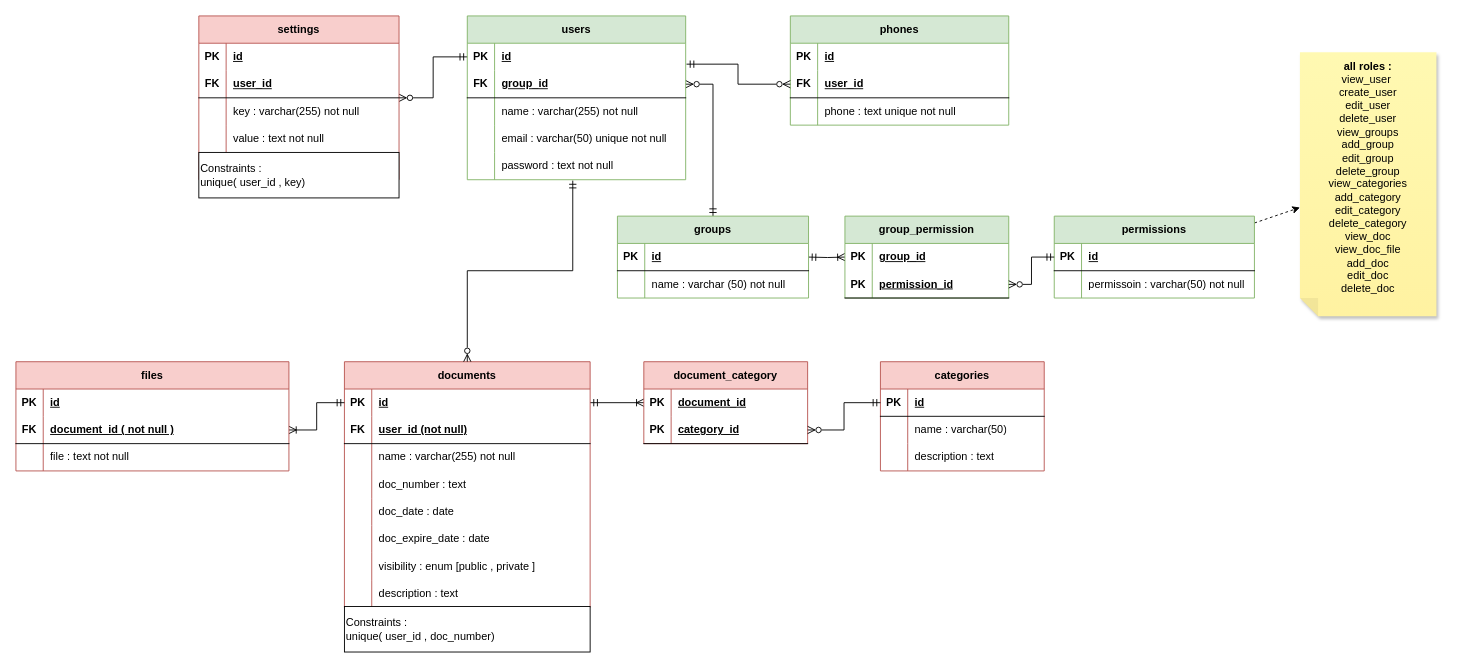
Earlier version of the draw.io diagram page "db_schema" (1 of 4) of planning/diagram.drawio (khaledfathi/documents-vault). Source tidied: cells renumbered, new cells numbered last; positions are measured from the earlier drawing's top-left corner, leaving out a move shared by most shapes. Both pictures are drawn from the tidied source at 91%, with x=0, y=0 at pixel (15, 15).
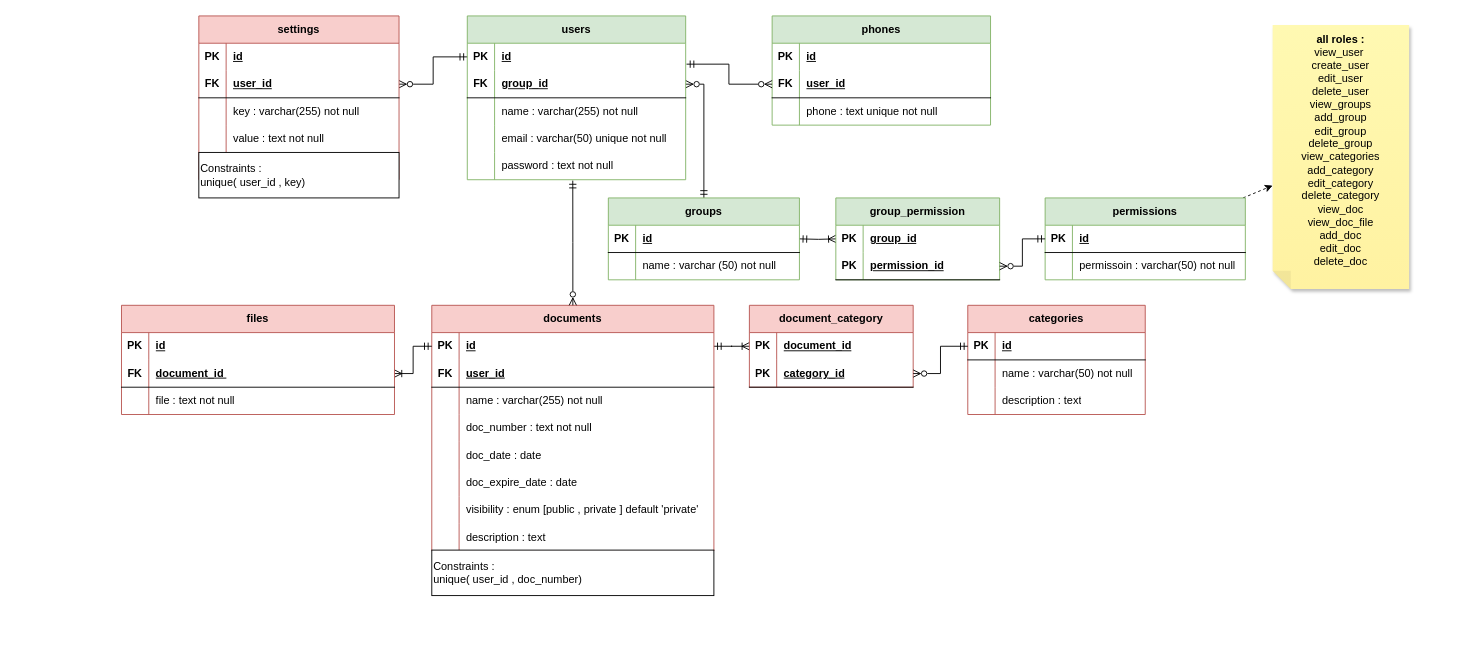
Above is the later version.

Unchanged cells that the change refers to:
```xml
<mxCell id="3" value="settings" style="shape=table;startSize=30;childLayout=tableLayout;rowLines=0;fontStyle=1;align=center;html=1;whiteSpace=wrap;fillColor=#f8cecc;strokeColor=#b85450;" parent="1" vertex="1">
  <mxGeometry x="201" width="220" height="180" as="geometry" />
</mxCell>
<mxCell id="7" style="shape=tableRow;horizontal=0;startSize=0;swimlaneHead=0;swimlaneBody=0;fillColor=none;points=[[0,0.5],[1,0.5]];portConstraint=eastwest;top=0;left=0;right=0;bottom=1;html=1;" parent="3" vertex="1">
  <mxGeometry y="60" width="220" height="30" as="geometry" />
</mxCell>
<mxCell id="63" style="shape=tableRow;horizontal=0;startSize=0;swimlaneHead=0;swimlaneBody=0;fillColor=none;points=[[0,0.5],[1,0.5]];portConstraint=eastwest;top=0;left=0;right=0;bottom=0;html=1;" parent="62" vertex="1">
  <mxGeometry y="30" width="240" height="30" as="geometry" />
</mxCell>
<mxCell id="104" style="shape=tableRow;horizontal=0;startSize=0;swimlaneHead=0;swimlaneBody=0;fillColor=none;points=[[0,0.5],[1,0.5]];portConstraint=eastwest;top=0;left=0;right=0;bottom=1;html=1;" parent="100" vertex="1">
  <mxGeometry y="60" width="300" height="30" as="geometry" />
</mxCell>
<mxCell id="111" style="shape=tableRow;horizontal=0;startSize=0;swimlaneHead=0;swimlaneBody=0;fillColor=none;points=[[0,0.5],[1,0.5]];portConstraint=eastwest;top=0;left=0;right=0;bottom=0;html=1;" parent="110" vertex="1">
  <mxGeometry y="30" width="180" height="30" as="geometry" />
</mxCell>
```

The edit, as a diff of the source:
```diff
@@
-    <mxCell id="2" style="edgeStyle=orthogonalEdgeStyle;rounded=0;jettySize=auto;html=1;endArrow=ERmandOne;endFill=0;startArrow=ERzeroToMany;startFill=0;entryX=0;entryY=0.5;entryDx=0;entryDy=0;" parent="1" edge="1" source="3" target="63">
+    <mxCell id="2" style="edgeStyle=orthogonalEdgeStyle;rounded=0;jettySize=auto;html=1;endArrow=ERmandOne;endFill=0;startArrow=ERzeroToMany;startFill=0;entryX=0;entryY=0.5;entryDx=0;entryDy=0;exitX=1;exitY=0.5;exitDx=0;exitDy=0;" parent="1" edge="1" source="7" target="63">
       <mxGeometry relative="1" as="geometry" />
     </mxCell>
@@
     <mxCell id="19" style="edgeStyle=orthogonalEdgeStyle;rounded=0;jettySize=auto;html=1;entryX=0;entryY=0.5;entryDx=0;entryDy=0;endArrow=ERoneToMany;endFill=0;startArrow=ERmandOne;startFill=0;" parent="1" edge="1" target="111">
       <mxGeometry relative="1" as="geometry">
-        <mxPoint x="871" y="265" as="sourcePoint" />
+        <mxPoint x="861" y="245" as="sourcePoint" />
       </mxGeometry>
     </mxCell>
@@
     <mxCell id="21" value="groups" style="shape=table;startSize=30;childLayout=tableLayout;rowLines=0;fontStyle=1;align=center;html=1;whiteSpace=wrap;fillColor=#d5e8d4;strokeColor=#82b366;" parent="1" vertex="1">
-      <mxGeometry x="661" y="220" width="210" height="90" as="geometry" />
+      <mxGeometry x="651" y="200" width="210" height="90" as="geometry" />
     </mxCell>
@@
     <mxCell id="29" value="permissions" style="shape=table;startSize=30;childLayout=tableLayout;rowLines=0;fontStyle=1;align=center;html=1;whiteSpace=wrap;fillColor=#d5e8d4;strokeColor=#82b366;" parent="1" vertex="1">
-      <mxGeometry x="1141" y="220" width="220" height="90" as="geometry" />
+      <mxGeometry x="1131" y="200" width="220" height="90" as="geometry" />
     </mxCell>
@@
     <mxCell id="37" value="documents" style="shape=table;startSize=30;childLayout=tableLayout;rowLines=0;fontStyle=1;align=center;html=1;whiteSpace=wrap;fillColor=#f8cecc;strokeColor=#b85450;" parent="1" vertex="1">
-      <mxGeometry x="361" y="380" width="270" height="270" as="geometry" />
+      <mxGeometry x="457" y="318" width="310" height="270" as="geometry" />
     </mxCell>
     <mxCell id="38" style="shape=tableRow;horizontal=0;startSize=0;swimlaneHead=0;swimlaneBody=0;fillColor=none;points=[[0,0.5],[1,0.5]];portConstraint=eastwest;top=0;left=0;right=0;bottom=0;html=1;" parent="37" vertex="1">
-      <mxGeometry y="30" width="270" height="30" as="geometry" />
+      <mxGeometry y="30" width="310" height="30" as="geometry" />
     </mxCell>
@@
     <mxCell id="40" value="id" style="shape=partialRectangle;fillColor=none;top=0;left=0;bottom=0;right=0;align=left;spacingLeft=6;fontStyle=5;overflow=hidden;html=1;whiteSpace=wrap;" parent="38" vertex="1">
-      <mxGeometry x="30" width="240" height="30" as="geometry" />
+      <mxGeometry x="30" width="280" height="30" as="geometry" />
     </mxCell>
     <mxCell id="41" style="shape=tableRow;horizontal=0;startSize=0;swimlaneHead=0;swimlaneBody=0;fillColor=none;top=0;left=0;right=0;bottom=1;html=1;" parent="37" vertex="1">
-      <mxGeometry y="60" width="270" height="30" as="geometry" />
+      <mxGeometry y="60" width="310" height="30" as="geometry" />
     </mxCell>
@@
-    <mxCell id="43" value="user_id (not null)" style="shape=partialRectangle;fillColor=none;top=0;left=0;bottom=0;right=0;align=left;spacingLeft=6;fontStyle=5;overflow=hidden;html=1;whiteSpace=wrap;" parent="41" vertex="1">
-      <mxGeometry x="30" width="240" height="30" as="geometry" />
+    <mxCell id="43" value="user_id" style="shape=partialRectangle;fillColor=none;top=0;left=0;bottom=0;right=0;align=left;spacingLeft=6;fontStyle=5;overflow=hidden;html=1;whiteSpace=wrap;" parent="41" vertex="1">
+      <mxGeometry x="30" width="280" height="30" as="geometry" />
     </mxCell>
     <mxCell id="44" style="shape=tableRow;horizontal=0;startSize=0;swimlaneHead=0;swimlaneBody=0;fillColor=none;top=0;left=0;right=0;bottom=0;html=1;" parent="37" vertex="1">
-      <mxGeometry y="90" width="270" height="30" as="geometry" />
+      <mxGeometry y="90" width="310" height="30" as="geometry" />
     </mxCell>
@@
     <mxCell id="46" value="name : varchar(255) not null" style="shape=partialRectangle;fillColor=none;top=0;left=0;bottom=0;right=0;align=left;spacingLeft=6;overflow=hidden;html=1;whiteSpace=wrap;" parent="44" vertex="1">
-      <mxGeometry x="30" width="240" height="30" as="geometry" />
+      <mxGeometry x="30" width="280" height="30" as="geometry" />
     </mxCell>
     <mxCell id="47" style="shape=tableRow;horizontal=0;startSize=0;swimlaneHead=0;swimlaneBody=0;fillColor=none;top=0;left=0;right=0;bottom=0;html=1;" parent="37" vertex="1">
-      <mxGeometry y="120" width="270" height="30" as="geometry" />
+      <mxGeometry y="120" width="310" height="30" as="geometry" />
     </mxCell>
@@
-    <mxCell id="49" value="doc_number : text" style="shape=partialRectangle;fillColor=none;top=0;left=0;bottom=0;right=0;align=left;spacingLeft=6;overflow=hidden;html=1;whiteSpace=wrap;" parent="47" vertex="1">
-      <mxGeometry x="30" width="240" height="30" as="geometry" />
+    <mxCell id="49" value="doc_number : text not null" style="shape=partialRectangle;fillColor=none;top=0;left=0;bottom=0;right=0;align=left;spacingLeft=6;overflow=hidden;html=1;whiteSpace=wrap;" parent="47" vertex="1">
+      <mxGeometry x="30" width="280" height="30" as="geometry" />
     </mxCell>
     <mxCell id="50" style="shape=tableRow;horizontal=0;startSize=0;swimlaneHead=0;swimlaneBody=0;fillColor=none;top=0;left=0;right=0;bottom=0;html=1;" parent="37" vertex="1">
-      <mxGeometry y="150" width="270" height="30" as="geometry" />
+      <mxGeometry y="150" width="310" height="30" as="geometry" />
     </mxCell>
@@
     <mxCell id="52" value="doc_date : date&amp;nbsp;" style="shape=partialRectangle;fillColor=none;top=0;left=0;bottom=0;right=0;align=left;spacingLeft=6;overflow=hidden;html=1;whiteSpace=wrap;" parent="50" vertex="1">
-      <mxGeometry x="30" width="240" height="30" as="geometry" />
+      <mxGeometry x="30" width="280" height="30" as="geometry" />
     </mxCell>
     <mxCell id="53" style="shape=tableRow;horizontal=0;startSize=0;swimlaneHead=0;swimlaneBody=0;fillColor=none;top=0;left=0;right=0;bottom=0;html=1;" parent="37" vertex="1">
-      <mxGeometry y="180" width="270" height="30" as="geometry" />
+      <mxGeometry y="180" width="310" height="30" as="geometry" />
     </mxCell>
@@
     <mxCell id="55" value="doc_expire_date : date" style="shape=partialRectangle;fillColor=none;top=0;left=0;bottom=0;right=0;align=left;spacingLeft=6;overflow=hidden;html=1;whiteSpace=wrap;" parent="53" vertex="1">
-      <mxGeometry x="30" width="240" height="30" as="geometry" />
+      <mxGeometry x="30" width="280" height="30" as="geometry" />
     </mxCell>
     <mxCell id="56" style="shape=tableRow;horizontal=0;startSize=0;swimlaneHead=0;swimlaneBody=0;fillColor=none;top=0;left=0;right=0;bottom=0;html=1;" parent="37" vertex="1">
-      <mxGeometry y="210" width="270" height="30" as="geometry" />
+      <mxGeometry y="210" width="310" height="30" as="geometry" />
     </mxCell>
@@
-    <mxCell id="58" value="visibility : enum [public , private ]" style="shape=partialRectangle;fillColor=none;top=0;left=0;bottom=0;right=0;align=left;spacingLeft=6;overflow=hidden;html=1;whiteSpace=wrap;" parent="56" vertex="1">
-      <mxGeometry x="30" width="240" height="30" as="geometry" />
+    <mxCell id="58" value="visibility : enum [public , private ] default 'private'" style="shape=partialRectangle;fillColor=none;top=0;left=0;bottom=0;right=0;align=left;spacingLeft=6;overflow=hidden;html=1;whiteSpace=wrap;" parent="56" vertex="1">
+      <mxGeometry x="30" width="280" height="30" as="geometry" />
     </mxCell>
     <mxCell id="59" style="shape=tableRow;horizontal=0;startSize=0;swimlaneHead=0;swimlaneBody=0;fillColor=none;top=0;left=0;right=0;bottom=0;html=1;" parent="37" vertex="1">
-      <mxGeometry y="240" width="270" height="30" as="geometry" />
+      <mxGeometry y="240" width="310" height="30" as="geometry" />
     </mxCell>
@@
     <mxCell id="61" value="description : text&amp;nbsp;" style="shape=partialRectangle;fillColor=none;top=0;left=0;bottom=0;right=0;align=left;spacingLeft=6;overflow=hidden;html=1;whiteSpace=wrap;" parent="59" vertex="1">
-      <mxGeometry x="30" width="240" height="30" as="geometry" />
+      <mxGeometry x="30" width="280" height="30" as="geometry" />
     </mxCell>
@@
     <mxCell id="78" value="categories" style="shape=table;startSize=30;childLayout=tableLayout;rowLines=0;fontStyle=1;align=center;html=1;whiteSpace=wrap;fillColor=#f8cecc;strokeColor=#b85450;" parent="1" vertex="1">
-      <mxGeometry x="950" y="380" width="180" height="120" as="geometry" />
+      <mxGeometry x="1046" y="318" width="195" height="120" as="geometry" />
     </mxCell>
     <mxCell id="79" style="shape=tableRow;horizontal=0;startSize=0;swimlaneHead=0;swimlaneBody=0;fillColor=none;points=[[0,0.5],[1,0.5]];portConstraint=eastwest;top=0;left=0;right=0;bottom=1;html=1;" parent="78" vertex="1">
-      <mxGeometry y="30" width="180" height="30" as="geometry" />
+      <mxGeometry y="30" width="195" height="30" as="geometry" />
     </mxCell>
@@
     <mxCell id="81" value="id" style="shape=partialRectangle;fillColor=none;top=0;left=0;bottom=0;right=0;align=left;spacingLeft=6;fontStyle=5;overflow=hidden;html=1;whiteSpace=wrap;" parent="79" vertex="1">
-      <mxGeometry x="30" width="150" height="30" as="geometry" />
+      <mxGeometry x="30" width="165" height="30" as="geometry" />
     </mxCell>
     <mxCell id="82" style="shape=tableRow;horizontal=0;startSize=0;swimlaneHead=0;swimlaneBody=0;fillColor=none;top=0;left=0;right=0;bottom=0;html=1;" parent="78" vertex="1">
-      <mxGeometry y="60" width="180" height="30" as="geometry" />
+      <mxGeometry y="60" width="195" height="30" as="geometry" />
     </mxCell>
@@
-    <mxCell id="84" value="name : varchar(50)" style="shape=partialRectangle;fillColor=none;top=0;left=0;bottom=0;right=0;align=left;spacingLeft=6;overflow=hidden;html=1;whiteSpace=wrap;" parent="82" vertex="1">
-      <mxGeometry x="30" width="150" height="30" as="geometry" />
+    <mxCell id="84" value="name : varchar(50) not null" style="shape=partialRectangle;fillColor=none;top=0;left=0;bottom=0;right=0;align=left;spacingLeft=6;overflow=hidden;html=1;whiteSpace=wrap;" parent="82" vertex="1">
+      <mxGeometry x="30" width="165" height="30" as="geometry" />
     </mxCell>
     <mxCell id="85" style="shape=tableRow;horizontal=0;startSize=0;swimlaneHead=0;swimlaneBody=0;fillColor=none;top=0;left=0;right=0;bottom=0;html=1;" parent="78" vertex="1">
-      <mxGeometry y="90" width="180" height="30" as="geometry" />
+      <mxGeometry y="90" width="195" height="30" as="geometry" />
     </mxCell>
@@
     <mxCell id="87" value="description : text" style="shape=partialRectangle;fillColor=none;top=0;left=0;bottom=0;right=0;align=left;spacingLeft=6;overflow=hidden;html=1;whiteSpace=wrap;" parent="85" vertex="1">
-      <mxGeometry x="30" width="150" height="30" as="geometry" />
+      <mxGeometry x="30" width="165" height="30" as="geometry" />
     </mxCell>
     <mxCell id="88" value="phones" style="shape=table;startSize=30;childLayout=tableLayout;rowLines=0;fontStyle=1;align=center;html=1;whiteSpace=wrap;fillColor=#d5e8d4;strokeColor=#82b366;" parent="1" vertex="1">
-      <mxGeometry x="851" width="240" height="120" as="geometry" />
+      <mxGeometry x="831" width="240" height="120" as="geometry" />
     </mxCell>
@@
     <mxCell id="100" value="files" style="shape=table;startSize=30;childLayout=tableLayout;rowLines=0;fontStyle=1;align=center;html=1;whiteSpace=wrap;fillColor=#f8cecc;strokeColor=#b85450;" parent="1" vertex="1">
-      <mxGeometry y="380" width="300" height="120" as="geometry" />
+      <mxGeometry x="116" y="318" width="300" height="120" as="geometry" />
     </mxCell>
@@
-    <mxCell id="106" value="document_id ( not null )" style="shape=partialRectangle;fillColor=none;top=0;left=0;bottom=0;right=0;align=left;spacingLeft=6;fontStyle=5;overflow=hidden;html=1;whiteSpace=wrap;" parent="104" vertex="1">
+    <mxCell id="106" value="document_id&amp;nbsp;" style="shape=partialRectangle;fillColor=none;top=0;left=0;bottom=0;right=0;align=left;spacingLeft=6;fontStyle=5;overflow=hidden;html=1;whiteSpace=wrap;" parent="104" vertex="1">
       <mxGeometry x="30" width="270" height="30" as="geometry" />
     </mxCell>
@@
     <mxCell id="110" value="group_permission" style="shape=table;startSize=30;childLayout=tableLayout;rowLines=0;fontStyle=1;align=center;html=1;whiteSpace=wrap;fillColor=#d5e8d4;strokeColor=#82b366;" parent="1" vertex="1">
-      <mxGeometry x="911" y="220" width="180" height="90" as="geometry" />
+      <mxGeometry x="901" y="200" width="180" height="90" as="geometry" />
     </mxCell>
@@
     <mxCell id="118" value="document_category" style="shape=table;startSize=30;childLayout=tableLayout;rowLines=0;fontStyle=1;align=center;html=1;whiteSpace=wrap;fillColor=#f8cecc;strokeColor=#b85450;" parent="1" vertex="1">
-      <mxGeometry x="690" y="380" width="180" height="90" as="geometry" />
+      <mxGeometry x="806" y="318" width="180" height="90" as="geometry" />
     </mxCell>
@@
     <mxCell id="127" value="&lt;b&gt;all roles :&lt;br&gt;&lt;/b&gt;view_user&amp;nbsp;&lt;br&gt;create_user&lt;div&gt;edit_user&lt;/div&gt;&lt;div&gt;delete_user&lt;br&gt;view_groups&lt;br&gt;add_group&lt;br&gt;edit_group&lt;br&gt;delete_group&lt;br&gt;view_categories&lt;/div&gt;&lt;div&gt;add_category&lt;/div&gt;&lt;div&gt;edit_category&lt;/div&gt;&lt;div&gt;delete_category&lt;/div&gt;&lt;div&gt;view_doc&lt;/div&gt;&lt;div&gt;view_doc_file&lt;br&gt;add_doc&lt;/div&gt;&lt;div&gt;edit_doc&lt;/div&gt;&lt;div&gt;delete_doc&lt;/div&gt;&lt;div&gt;&lt;br&gt;&lt;/div&gt;" style="shape=note;whiteSpace=wrap;html=1;backgroundOutline=1;fontColor=#000000;darkOpacity=0.05;fillColor=#FFF9B2;strokeColor=none;fillStyle=solid;direction=west;gradientDirection=north;gradientColor=#FFF2A1;shadow=1;size=20;" parent="1" vertex="1">
-      <mxGeometry x="1411" y="40" width="150" height="290" as="geometry" />
+      <mxGeometry x="1381" y="10" width="150" height="290" as="geometry" />
     </mxCell>
     <mxCell id="128" value="Constraints :&amp;nbsp;&lt;br&gt;unique( user_id , doc_number)" style="rounded=0;whiteSpace=wrap;html=1;align=left;" parent="1" vertex="1">
-      <mxGeometry x="361" y="649" width="270" height="50" as="geometry" />
+      <mxGeometry x="457" y="587" width="310" height="50" as="geometry" />
     </mxCell>
```
